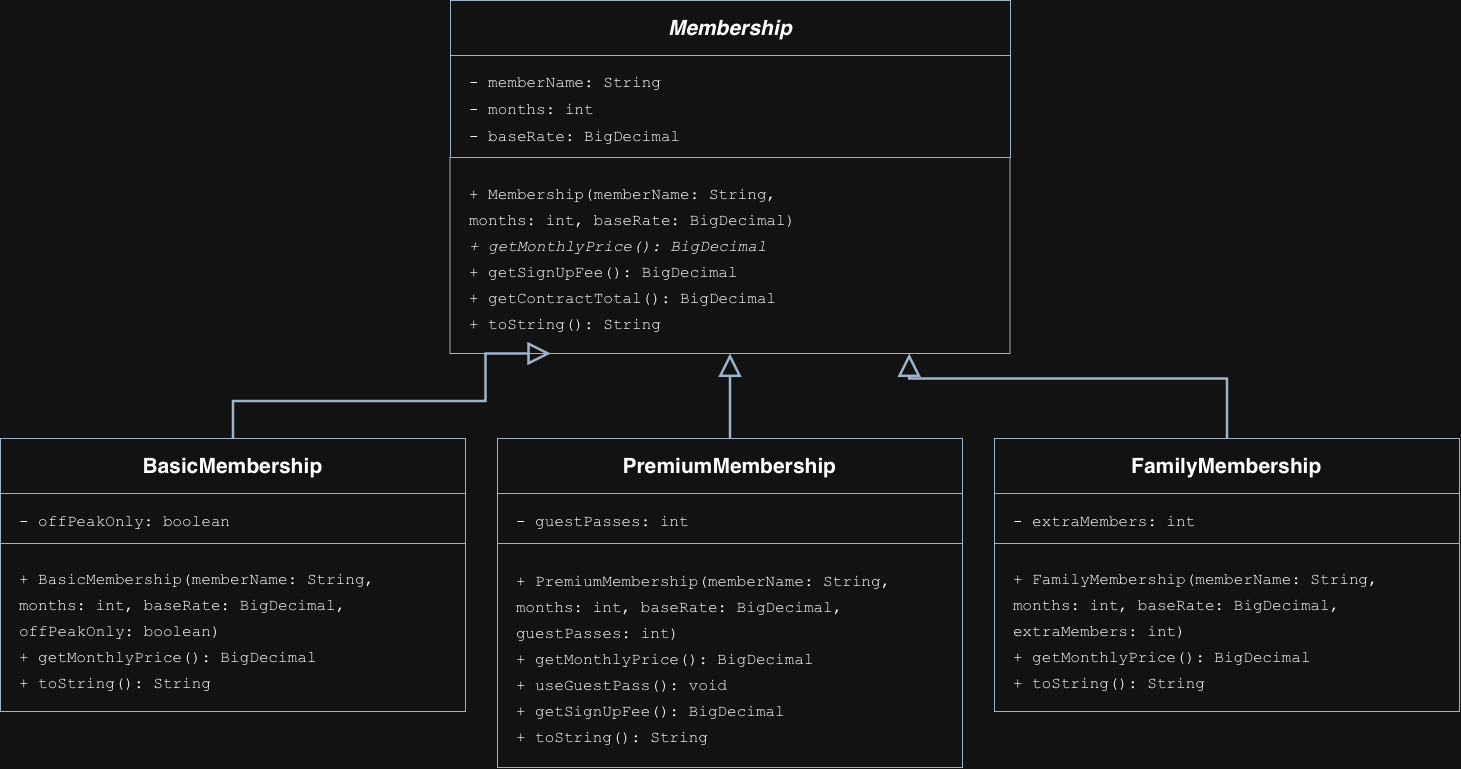
Earlier version of the draw.io export images/class-diagram.png (BrendanRWest/gym-memberships). Source tidied: cells renumbered, new cells last; positions are measured from the earlier drawing's top-left corner, leaving out a move shared by most shapes.
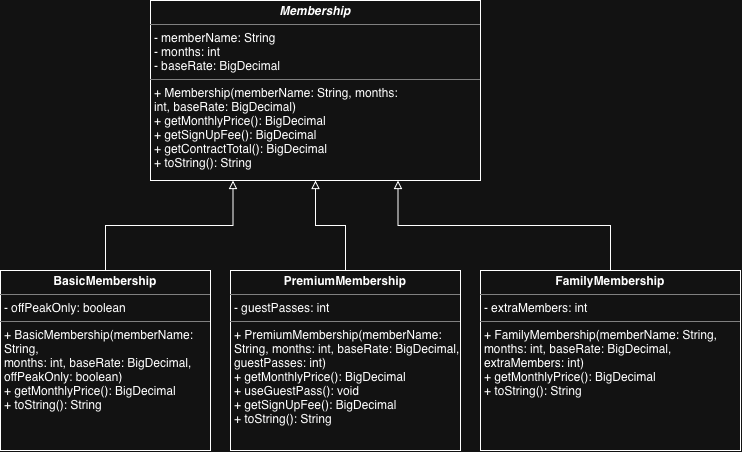
The same diagram one commit later.

Change to the diagram source:
```diff
@@ -2,61 +2,26 @@
   <root>
     <mxCell id="0" />
     <mxCell id="1" parent="0" />
-    <mxCell id="2" value="&lt;div style=&quot;font-size:21px;&quot;&gt;&lt;i&gt;Membership&lt;/i&gt;&lt;/div&gt;" style="rounded=0;whiteSpace=wrap;html=1;fillColor=none;strokeColor=#334b64;fontColor=light-dark(#FFFFFF,#FFFFFF);fontSize=21;fontStyle=1;align=center;verticalAlign=middle;spacing=8;" parent="1" vertex="1">
-      <mxGeometry x="450" width="560" height="55" as="geometry" />
-    </mxCell>
-    <mxCell id="3" value="&lt;div style=&quot;line-height:1.7;&quot;&gt;- memberName: String&lt;br&gt;- months: int&lt;br&gt;- baseRate: BigDecimal&lt;/div&gt;" style="rounded=0;whiteSpace=wrap;html=1;fillColor=none;strokeColor=#334b64;fontColor=light-dark(#FFFFFF,#FFFFFF);fontFamily=Courier New;fontSize=16;align=left;verticalAlign=middle;spacingLeft=17;spacingTop=8;" parent="1" vertex="1">
-      <mxGeometry x="450" y="55" width="560" height="102" as="geometry" />
-    </mxCell>
-    <mxCell id="4" value="&lt;div style=&quot;line-height:1.65;&quot;&gt;+ Membership(memberName: String,&lt;br&gt;    months: int, baseRate: BigDecimal)&lt;br&gt;&lt;i&gt;+ getMonthlyPrice(): BigDecimal&lt;/i&gt;&lt;br&gt;+ getSignUpFee(): BigDecimal&lt;br&gt;+ getContractTotal(): BigDecimal&lt;br&gt;+ toString(): String&lt;/div&gt;" style="rounded=0;whiteSpace=wrap;html=1;fillColor=none;strokeColor=#334b64;fontColor=light-dark(#FFFFFF,#FFFFFF);fontFamily=Courier New;fontSize=16;align=left;verticalAlign=middle;spacingLeft=17;spacingTop=8;" parent="1" vertex="1">
-      <mxGeometry x="449.5" y="157" width="560" height="196" as="geometry" />
-    </mxCell>
-    <mxCell id="5" value="&lt;div style=&quot;font-size:21px;&quot;&gt;BasicMembership&lt;/div&gt;" style="rounded=0;whiteSpace=wrap;html=1;fillColor=none;strokeColor=#334b64;fontColor=light-dark(#FFFFFF,#FFFFFF);fontSize=21;fontStyle=1;align=center;verticalAlign=middle;spacing=8;" parent="1" vertex="1">
-      <mxGeometry y="438" width="465" height="55" as="geometry" />
-    </mxCell>
-    <mxCell id="6" value="&lt;div style=&quot;line-height:1.7;&quot;&gt;- offPeakOnly: boolean&lt;/div&gt;" style="rounded=0;whiteSpace=wrap;html=1;fillColor=none;strokeColor=#334b64;fontColor=light-dark(#FFFFFF,#FFFFFF);fontFamily=Courier New;fontSize=16;align=left;verticalAlign=middle;spacingLeft=17;spacingTop=8;" parent="1" vertex="1">
-      <mxGeometry y="493" width="465" height="50" as="geometry" />
-    </mxCell>
-    <mxCell id="7" value="&lt;div style=&quot;line-height:1.65;&quot;&gt;+ BasicMembership(memberName: String,&lt;br&gt;    months: int, baseRate: BigDecimal,&lt;br&gt;    offPeakOnly: boolean)&lt;br&gt;+ getMonthlyPrice(): BigDecimal&lt;br&gt;+ toString(): String&lt;/div&gt;" style="rounded=0;whiteSpace=wrap;html=1;fillColor=none;strokeColor=#334b64;fontColor=light-dark(#FFFFFF,#FFFFFF);fontFamily=Courier New;fontSize=16;align=left;verticalAlign=middle;spacingLeft=17;spacingTop=8;" parent="1" vertex="1">
-      <mxGeometry y="543" width="465" height="168" as="geometry" />
-    </mxCell>
-    <mxCell id="8" value="&lt;div style=&quot;font-size:21px;&quot;&gt;PremiumMembership&lt;/div&gt;" style="rounded=0;whiteSpace=wrap;html=1;fillColor=none;strokeColor=#334b64;fontColor=light-dark(#FFFFFF,#FFFFFF);fontSize=21;fontStyle=1;align=center;verticalAlign=middle;spacing=8;" parent="1" vertex="1">
-      <mxGeometry x="497" y="438" width="465" height="55" as="geometry" />
-    </mxCell>
-    <mxCell id="9" value="&lt;div style=&quot;line-height:1.7;&quot;&gt;- guestPasses: int&lt;/div&gt;" style="rounded=0;whiteSpace=wrap;html=1;fillColor=none;strokeColor=#334b64;fontColor=light-dark(#FFFFFF,#FFFFFF);fontFamily=Courier New;fontSize=16;align=left;verticalAlign=middle;spacingLeft=17;spacingTop=8;" parent="1" vertex="1">
-      <mxGeometry x="497" y="493" width="465" height="50" as="geometry" />
-    </mxCell>
-    <mxCell id="10" value="&lt;div style=&quot;line-height:1.65;&quot;&gt;+ PremiumMembership(memberName: String,&lt;br&gt;    months: int, baseRate: BigDecimal,&lt;br&gt;    guestPasses: int)&lt;br&gt;+ getMonthlyPrice(): BigDecimal&lt;br&gt;+ useGuestPass(): void&lt;br&gt;+ getSignUpFee(): BigDecimal&lt;br&gt;+ toString(): String&lt;/div&gt;" style="rounded=0;whiteSpace=wrap;html=1;fillColor=none;strokeColor=#334b64;fontColor=light-dark(#FFFFFF,#FFFFFF);fontFamily=Courier New;fontSize=16;align=left;verticalAlign=middle;spacingLeft=17;spacingTop=8;" parent="1" vertex="1">
-      <mxGeometry x="497" y="543" width="465" height="224" as="geometry" />
-    </mxCell>
-    <mxCell id="11" value="&lt;div style=&quot;font-size:21px;&quot;&gt;FamilyMembership&lt;/div&gt;" style="rounded=0;whiteSpace=wrap;html=1;fillColor=none;strokeColor=#334b64;fontColor=light-dark(#FFFFFF,#FFFFFF);fontSize=21;fontStyle=1;align=center;verticalAlign=middle;spacing=8;" parent="1" vertex="1">
-      <mxGeometry x="994" y="438" width="465" height="55" as="geometry" />
-    </mxCell>
-    <mxCell id="12" value="&lt;div style=&quot;line-height:1.7;&quot;&gt;- extraMembers: int&lt;/div&gt;" style="rounded=0;whiteSpace=wrap;html=1;fillColor=none;strokeColor=#334b64;fontColor=light-dark(#FFFFFF,#FFFFFF);fontFamily=Courier New;fontSize=16;align=left;verticalAlign=middle;spacingLeft=17;spacingTop=8;" parent="1" vertex="1">
-      <mxGeometry x="994" y="493" width="465" height="50" as="geometry" />
-    </mxCell>
-    <mxCell id="13" value="&lt;div style=&quot;line-height:1.65;&quot;&gt;+ FamilyMembership(memberName: String,&lt;br&gt;    months: int, baseRate: BigDecimal,&lt;br&gt;    extraMembers: int)&lt;br&gt;+ getMonthlyPrice(): BigDecimal&lt;br&gt;+ toString(): String&lt;/div&gt;" style="rounded=0;whiteSpace=wrap;html=1;fillColor=none;strokeColor=#334b64;fontColor=light-dark(#FFFFFF,#FFFFFF);fontFamily=Courier New;fontSize=16;align=left;verticalAlign=middle;spacingLeft=17;spacingTop=8;" parent="1" vertex="1">
-      <mxGeometry x="994" y="543" width="465" height="168" as="geometry" />
-    </mxCell>
-    <mxCell id="14" style="edgeStyle=orthogonalEdgeStyle;rounded=0;jettySize=auto;html=1;strokeColor=#334b64;strokeWidth=2.5;endArrow=block;endFill=0;endSize=17;exitX=0.5;exitY=0;exitDx=0;exitDy=0;entryX=0.18;entryY=1;entryDx=0;entryDy=0;" parent="1" edge="1" source="5" target="4">
-      <mxGeometry relative="1" as="geometry">
-        <Array as="points">
-          <mxPoint x="232.5" y="400.5" />
-          <mxPoint x="485" y="400.5" />
-          <mxPoint x="485" y="353" />
-        </Array>
-      </mxGeometry>
-    </mxCell>
-    <mxCell id="15" style="edgeStyle=orthogonalEdgeStyle;rounded=0;jettySize=auto;html=1;strokeColor=#334b64;strokeWidth=2.5;endArrow=block;endFill=0;endSize=17;exitX=0.5;exitY=0;exitDx=0;exitDy=0;entryX=0.5;entryY=1;entryDx=0;entryDy=0;" parent="1" edge="1" source="8" target="4">
-      <mxGeometry relative="1" as="geometry" />
-    </mxCell>
-    <mxCell id="16" style="edgeStyle=orthogonalEdgeStyle;rounded=0;jettySize=auto;html=1;strokeColor=#334b64;strokeWidth=2.5;endArrow=block;endFill=0;endSize=17;exitX=0.5;exitY=0;exitDx=0;exitDy=0;entryX=0.82;entryY=1;entryDx=0;entryDy=0;" parent="1" edge="1" source="11" target="4">
-      <mxGeometry relative="1" as="geometry">
-        <Array as="points">
-          <mxPoint x="1226.5" y="378" />
-          <mxPoint x="909.2" y="378" />
-        </Array>
-      </mxGeometry>
-    </mxCell>
+    <mxCell id="17" value="&lt;p style=&quot;margin:0px;margin-top:4px;text-align:center;&quot;&gt;&lt;b&gt;&lt;i&gt;Membership&lt;/i&gt;&lt;/b&gt;&lt;/p&gt;&lt;hr size=&quot;1&quot; style=&quot;border-style:solid;&quot;&gt;&lt;p style=&quot;margin:0px;margin-left:4px;&quot;&gt;- memberName: String&lt;/p&gt;&lt;p style=&quot;margin:0px;margin-left:4px;&quot;&gt;- months: int&lt;/p&gt;&lt;p style=&quot;margin:0px;margin-left:4px;&quot;&gt;- baseRate: BigDecimal&lt;/p&gt;&lt;hr size=&quot;1&quot; style=&quot;border-style:solid;&quot;&gt;&lt;p style=&quot;margin:0px;margin-left:4px;&quot;&gt;+ Membership(memberName: String, months:&lt;/p&gt;&lt;p style=&quot;margin:0px;margin-left:4px;&quot;&gt;int, baseRate: BigDecimal)&lt;/p&gt;&lt;p style=&quot;margin:0px;margin-left:4px;&quot;&gt;+ getMonthlyPrice(): BigDecimal&lt;/p&gt;&lt;p style=&quot;margin:0px;margin-left:4px;&quot;&gt;+ getSignUpFee(): BigDecimal&lt;/p&gt;&lt;p style=&quot;margin:0px;margin-left:4px;&quot;&gt;+ getContractTotal(): BigDecimal&lt;/p&gt;&lt;p style=&quot;margin:0px;margin-left:4px;&quot;&gt;&lt;span style=&quot;white-space: pre;&quot;&gt;+ toString(): String&lt;/span&gt;&lt;/p&gt;" style="verticalAlign=top;align=left;overflow=fill;html=1;whiteSpace=wrap;" parent="1" vertex="1">
+      <mxGeometry x="145" y="28" width="330" height="180" as="geometry" />
+    </mxCell>
+    <mxCell id="18" style="edgeStyle=orthogonalEdgeStyle;rounded=0;jettySize=auto;html=1;entryX=0.25;entryY=1;entryDx=0;entryDy=0;defaultLabelBackgroundColor=page;labelPadding=0 4;endArrow=block;endFill=0;" parent="1" edge="1" source="19" target="17">
+      <mxGeometry relative="1" as="geometry" />
+    </mxCell>
+    <mxCell id="19" value="&lt;p style=&quot;margin:0px;margin-top:4px;text-align:center;&quot;&gt;&lt;b&gt;BasicMembership&lt;/b&gt;&lt;/p&gt;&lt;hr size=&quot;1&quot; style=&quot;border-style:solid;&quot;&gt;&lt;p style=&quot;margin:0px;margin-left:4px;&quot;&gt;- offPeakOnly: boolean&lt;/p&gt;&lt;hr size=&quot;1&quot; style=&quot;border-style:solid;&quot;&gt;&lt;p style=&quot;margin:0px;margin-left:4px;&quot;&gt;+ BasicMembership(memberName: String,&lt;/p&gt;&lt;p style=&quot;margin:0px;margin-left:4px;&quot;&gt;months: int, baseRate: BigDecimal, offPeakOnly: boolean)&lt;/p&gt;&lt;p style=&quot;margin:0px;margin-left:4px;&quot;&gt;+ getMonthlyPrice(): BigDecimal&lt;/p&gt;&lt;p style=&quot;margin:0px;margin-left:4px;&quot;&gt;+ toString(): String&lt;/p&gt;" style="verticalAlign=top;align=left;overflow=fill;html=1;whiteSpace=wrap;" parent="1" vertex="1">
+      <mxGeometry x="-5" y="298" width="210" height="180" as="geometry" />
+    </mxCell>
+    <mxCell id="20" style="edgeStyle=orthogonalEdgeStyle;rounded=0;jettySize=auto;html=1;entryX=0.5;entryY=1;entryDx=0;entryDy=0;defaultLabelBackgroundColor=page;labelPadding=0 4;endArrow=block;endFill=0;" parent="1" edge="1" source="21" target="17">
+      <mxGeometry relative="1" as="geometry" />
+    </mxCell>
+    <mxCell id="21" value="&lt;p style=&quot;margin:0px;margin-top:4px;text-align:center;&quot;&gt;&lt;b&gt;PremiumMembership&lt;/b&gt;&lt;/p&gt;&lt;hr size=&quot;1&quot; style=&quot;border-style:solid;&quot;&gt;&lt;p style=&quot;margin:0px;margin-left:4px;&quot;&gt;- guestPasses: int&lt;/p&gt;&lt;hr size=&quot;1&quot; style=&quot;border-style:solid;&quot;&gt;&lt;p style=&quot;margin:0px;margin-left:4px;&quot;&gt;+ PremiumMembership(memberName:&lt;/p&gt;&lt;p style=&quot;margin:0px;margin-left:4px;&quot;&gt;String, months: int, baseRate: BigDecimal,&lt;/p&gt;&lt;p style=&quot;margin:0px;margin-left:4px;&quot;&gt;guestPasses: int)&lt;/p&gt;&lt;p style=&quot;margin:0px;margin-left:4px;&quot;&gt;+ getMonthlyPrice(): BigDecimal&lt;/p&gt;&lt;p style=&quot;margin:0px;margin-left:4px;&quot;&gt;+ useGuestPass(): void&lt;/p&gt;&lt;p style=&quot;margin:0px;margin-left:4px;&quot;&gt;+ getSignUpFee(): BigDecimal&lt;/p&gt;&lt;p style=&quot;margin:0px;margin-left:4px;&quot;&gt;+ toString(): String&lt;/p&gt;" style="verticalAlign=top;align=left;overflow=fill;html=1;whiteSpace=wrap;" parent="1" vertex="1">
+      <mxGeometry x="225" y="298" width="230" height="180" as="geometry" />
+    </mxCell>
+    <mxCell id="22" style="edgeStyle=orthogonalEdgeStyle;rounded=0;jettySize=auto;html=1;entryX=0.75;entryY=1;entryDx=0;entryDy=0;defaultLabelBackgroundColor=page;labelPadding=0 4;endArrow=block;endFill=0;" parent="1" edge="1" source="23" target="17">
+      <mxGeometry relative="1" as="geometry" />
+    </mxCell>
+    <mxCell id="23" value="&lt;p style=&quot;margin:0px;margin-top:4px;text-align:center;&quot;&gt;&lt;b&gt;FamilyMembership&lt;/b&gt;&lt;/p&gt;&lt;hr size=&quot;1&quot; style=&quot;border-style:solid;&quot;&gt;&lt;p style=&quot;margin:0px;margin-left:4px;&quot;&gt;- extraMembers: int&lt;/p&gt;&lt;hr size=&quot;1&quot; style=&quot;border-style:solid;&quot;&gt;&lt;p style=&quot;margin:0px;margin-left:4px;&quot;&gt;+ FamilyMembership(memberName: String,&lt;/p&gt;&lt;p style=&quot;margin:0px;margin-left:4px;&quot;&gt;months: int, baseRate: BigDecimal, extraMembers: int)&lt;/p&gt;&lt;p style=&quot;margin:0px;margin-left:4px;&quot;&gt;+ getMonthlyPrice(): BigDecimal&lt;/p&gt;&lt;p style=&quot;margin:0px;margin-left:4px;&quot;&gt;+ toString(): String&lt;/p&gt;" style="verticalAlign=top;align=left;overflow=fill;html=1;whiteSpace=wrap;" parent="1" vertex="1">
+      <mxGeometry x="475" y="298" width="260" height="180" as="geometry" />
+    </mxCell>
   </root>
 </mxGraphModel>
```
